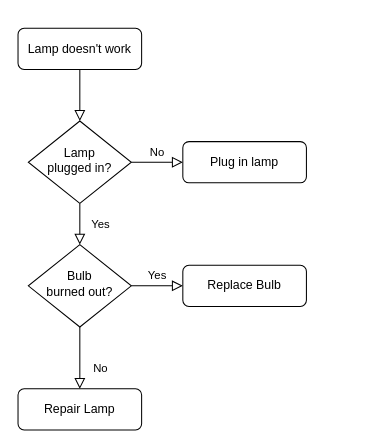
Above: Untitled Diagram.drawio in lyucean/mysql_sync_app (draw.io), before the change. Source tidied: cells renumbered, new cells numbered last; positions are measured from the earlier drawing's top-left corner, leaving out a move shared by most shapes. Both pictures are drawn from the tidied source at 103%, with x=0, y=0 at pixel (18, 28).
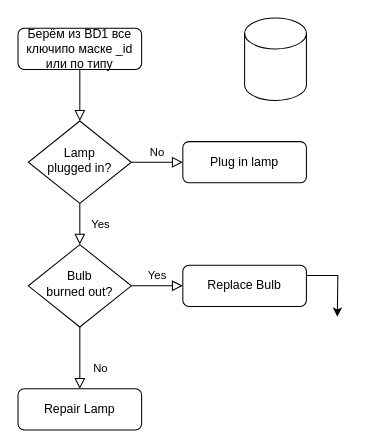
The same diagram, later.

What changed in the source:
```diff
@@
 <mxGraphModel>
   <root>
     <mxCell id="0" />
     <mxCell id="1" parent="0" />
     <mxCell id="2" style="rounded=0;html=1;jettySize=auto;fontSize=11;endArrow=block;endFill=0;endSize=8;strokeWidth=1;shadow=0;labelBackgroundColor=none;edgeStyle=orthogonalEdgeStyle;" parent="1" edge="1" source="3" target="6">
       <mxGeometry relative="1" as="geometry" />
     </mxCell>
-    <mxCell id="3" value="Lamp doesn't work" style="rounded=1;whiteSpace=wrap;html=1;fontSize=12;glass=0;strokeWidth=1;shadow=0;" parent="1" vertex="1">
+    <mxCell id="3" value="Берём из BD1 все ключипо маске _id или по типу" style="rounded=1;whiteSpace=wrap;html=1;fontSize=12;glass=0;strokeWidth=1;shadow=0;" parent="1" vertex="1">
       <mxGeometry width="120" height="40" as="geometry" />
     </mxCell>
     <mxCell id="4" value="Yes" style="rounded=0;html=1;jettySize=auto;fontSize=11;endArrow=block;endFill=0;endSize=8;strokeWidth=1;shadow=0;labelBackgroundColor=none;edgeStyle=orthogonalEdgeStyle;" parent="1" edge="1" source="6" target="10">
       <mxGeometry y="20" relative="1" as="geometry" />
     </mxCell>
     <mxCell id="5" value="No" style="edgeStyle=orthogonalEdgeStyle;rounded=0;html=1;jettySize=auto;fontSize=11;endArrow=block;endFill=0;endSize=8;strokeWidth=1;shadow=0;labelBackgroundColor=none;" parent="1" edge="1" source="6" target="7">
       <mxGeometry y="10" relative="1" as="geometry" />
     </mxCell>
     <mxCell id="6" value="Lamp&lt;br&gt;plugged in?" style="rhombus;whiteSpace=wrap;html=1;shadow=0;fontFamily=Helvetica;fontSize=12;align=center;strokeWidth=1;spacing=6;spacingTop=-4;" parent="1" vertex="1">
       <mxGeometry x="10" y="90" width="100" height="80" as="geometry" />
     </mxCell>
     <mxCell id="7" value="Plug in lamp" style="rounded=1;whiteSpace=wrap;html=1;fontSize=12;glass=0;strokeWidth=1;shadow=0;" parent="1" vertex="1">
       <mxGeometry x="160" y="110" width="120" height="40" as="geometry" />
     </mxCell>
     <mxCell id="8" value="No" style="rounded=0;html=1;jettySize=auto;fontSize=11;endArrow=block;endFill=0;endSize=8;strokeWidth=1;shadow=0;labelBackgroundColor=none;edgeStyle=orthogonalEdgeStyle;" parent="1" edge="1" source="10" target="11">
       <mxGeometry x="0.33" y="20" relative="1" as="geometry" />
     </mxCell>
     <mxCell id="9" value="Yes" style="edgeStyle=orthogonalEdgeStyle;rounded=0;html=1;jettySize=auto;fontSize=11;endArrow=block;endFill=0;endSize=8;strokeWidth=1;shadow=0;labelBackgroundColor=none;" parent="1" edge="1" source="10" target="12">
       <mxGeometry y="10" relative="1" as="geometry" />
     </mxCell>
     <mxCell id="10" value="Bulb&lt;br&gt;burned out?" style="rhombus;whiteSpace=wrap;html=1;shadow=0;fontFamily=Helvetica;fontSize=12;align=center;strokeWidth=1;spacing=6;spacingTop=-4;" parent="1" vertex="1">
       <mxGeometry x="10" y="210" width="100" height="80" as="geometry" />
     </mxCell>
     <mxCell id="11" value="Repair Lamp" style="rounded=1;whiteSpace=wrap;html=1;fontSize=12;glass=0;strokeWidth=1;shadow=0;" parent="1" vertex="1">
       <mxGeometry y="350" width="120" height="40" as="geometry" />
     </mxCell>
+    <mxCell id="13" style="edgeStyle=orthogonalEdgeStyle;rounded=0;jettySize=auto;html=1;exitX=1;exitY=0.25;exitDx=0;exitDy=0;" parent="1" edge="1" source="12">
+      <mxGeometry relative="1" as="geometry">
+        <mxPoint x="310" y="280" as="targetPoint" />
+      </mxGeometry>
+    </mxCell>
     <mxCell id="12" value="Replace Bulb" style="rounded=1;whiteSpace=wrap;html=1;fontSize=12;glass=0;strokeWidth=1;shadow=0;" parent="1" vertex="1">
       <mxGeometry x="160" y="230" width="120" height="40" as="geometry" />
     </mxCell>
+    <mxCell id="14" style="shape=cylinder3;whiteSpace=wrap;html=1;boundedLbl=1;backgroundOutline=1;size=15;" parent="1" vertex="1">
+      <mxGeometry x="220" y="-10" width="60" height="80" as="geometry" />
+    </mxCell>
   </root>
 </mxGraphModel>
```
